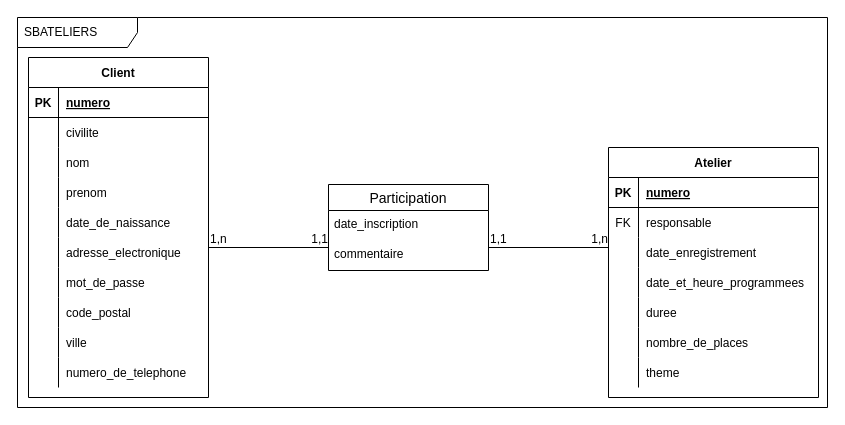
Before: uml/mea.drawio in AntoineTSIO/sbAteliers, a draw.io diagram. Source tidied: cells renumbered, new cells numbered last; positions are measured from the earlier drawing's top-left corner, leaving out a move shared by most shapes. Both pictures are drawn from the tidied source at 100%, with x=0, y=0 at pixel (17, 17).
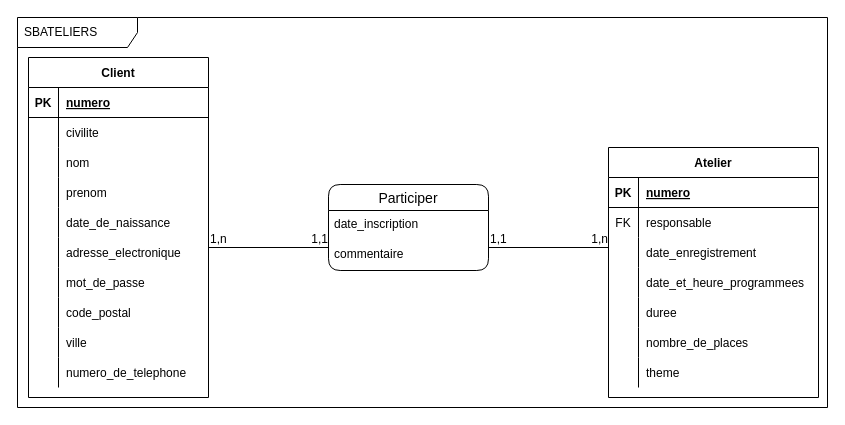
Above is the later version.

What changed in the source:
```diff
@@
-    <mxCell id="34" value="Participation" style="swimlane;fontStyle=0;horizontal=1;startSize=26;align=center;fontSize=14;" parent="1" vertex="1">
+    <mxCell id="34" value="Participer" style="swimlane;fontStyle=0;horizontal=1;startSize=26;align=center;fontSize=14;rounded=1;glass=0;shadow=0;sketch=0;swimlaneLine=1;" parent="1" vertex="1">
       <mxGeometry x="311" y="167" width="160" height="86" as="geometry" />
     </mxCell>
```
